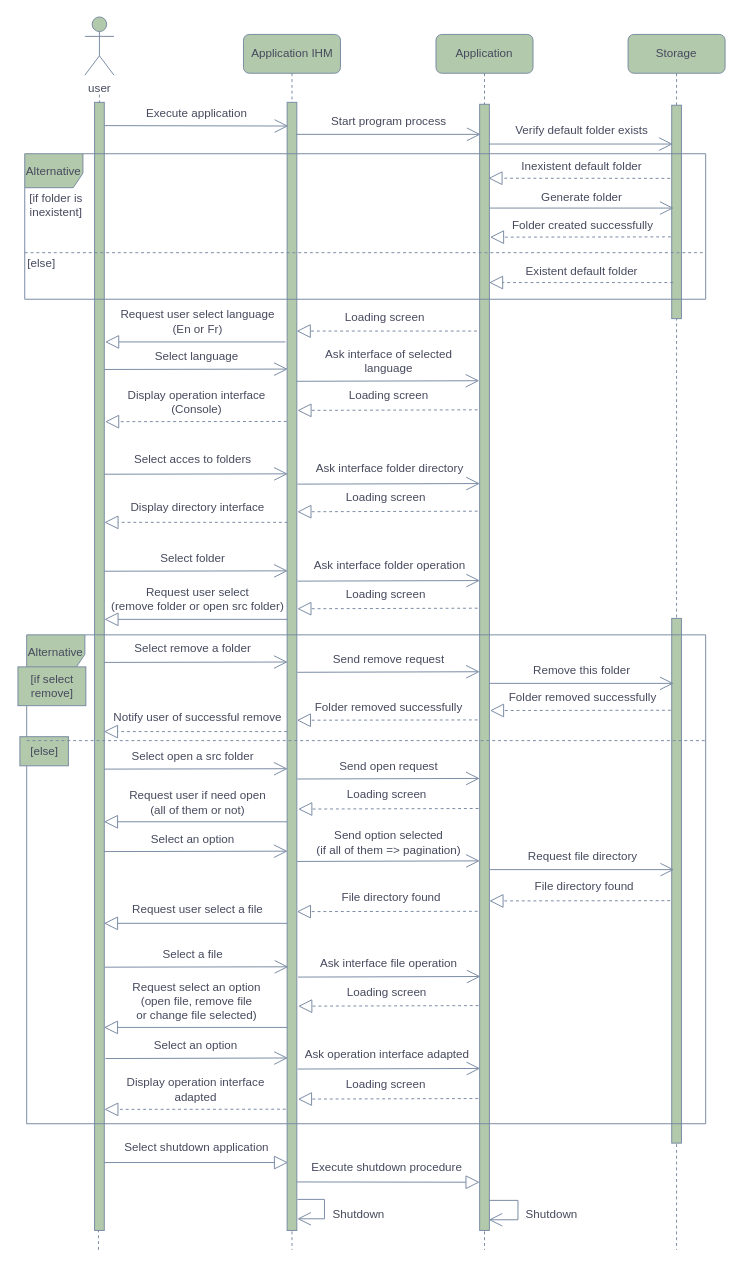
Earlier version of the draw.io diagram page "Page-1" (1 of 3) of consult diagram.drawio (Weicheng178/UML). Source tidied: cells renumbered, new cells numbered last; positions are measured from the earlier drawing's top-left corner, leaving out a move shared by most shapes. Both pictures are drawn from the tidied source at 97%, with x=0, y=0 at pixel (16, 16).
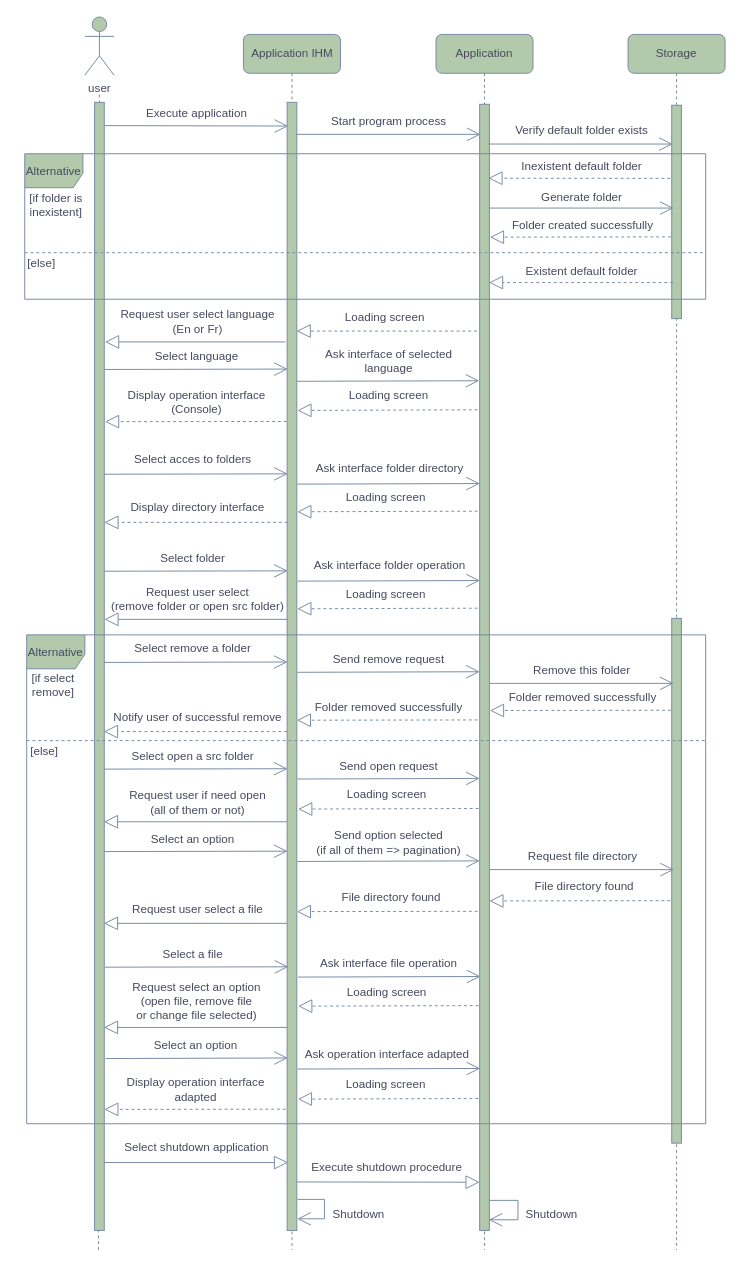
The same page after the edit.

What changed in the source:
```diff
@@
-    <mxCell id="68" value="[if select &lt;br&gt;remove]" style="text;html=1;align=center;verticalAlign=middle;strokeColor=#788AA3;fillColor=#B2C9AB;fontColor=#46495D;" parent="1" vertex="1">
-      <mxGeometry x="1" y="670" width="70" height="40" as="geometry" />
+    <mxCell id="68" value="[if select &lt;br&gt;remove]" style="text;html=1;align=center;verticalAlign=middle;strokeColor=none;fillColor=none;fontColor=#46495D;" parent="1" vertex="1">
+      <mxGeometry x="2" y="669" width="70" height="40" as="geometry" />
     </mxCell>
-    <mxCell id="69" value="[else]" style="text;html=1;align=center;verticalAlign=middle;strokeColor=#788AA3;fillColor=#B2C9AB;fontColor=#46495D;" parent="1" vertex="1">
+    <mxCell id="69" value="[else]" style="text;html=1;align=center;verticalAlign=middle;strokeColor=none;fillColor=none;fontColor=#46495D;" parent="1" vertex="1">
       <mxGeometry x="3" y="742" width="50" height="30" as="geometry" />
     </mxCell>
```
